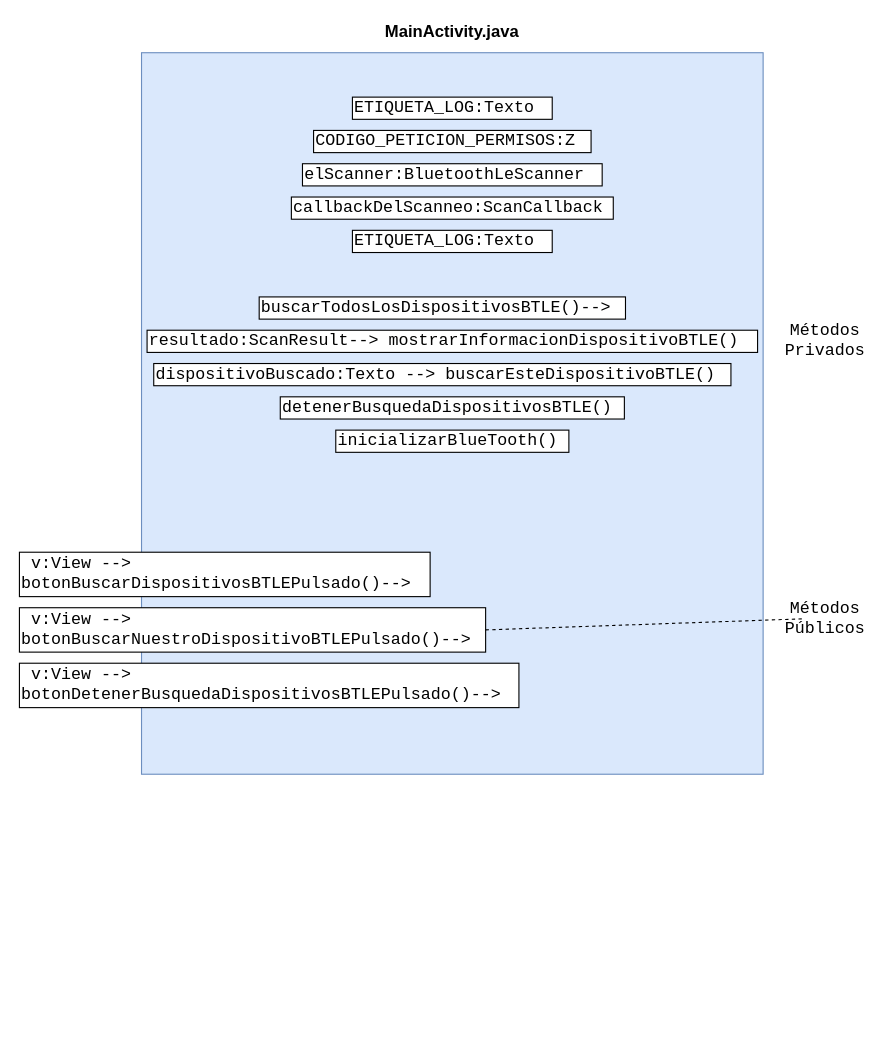
sergisirvent/AppJavaSprint0 keeps this draw.io diagram as doc/AppAndroidDisenyos/draw.io/metodosMainActivity.drawio. Above is the earlier version. Source tidied: cells renumbered, new cells numbered last; positions are measured from the earlier drawing's top-left corner, leaving out a move shared by most shapes. Both pictures are drawn from the tidied source at 111%, with x=0, y=0 at pixel (19, 19).
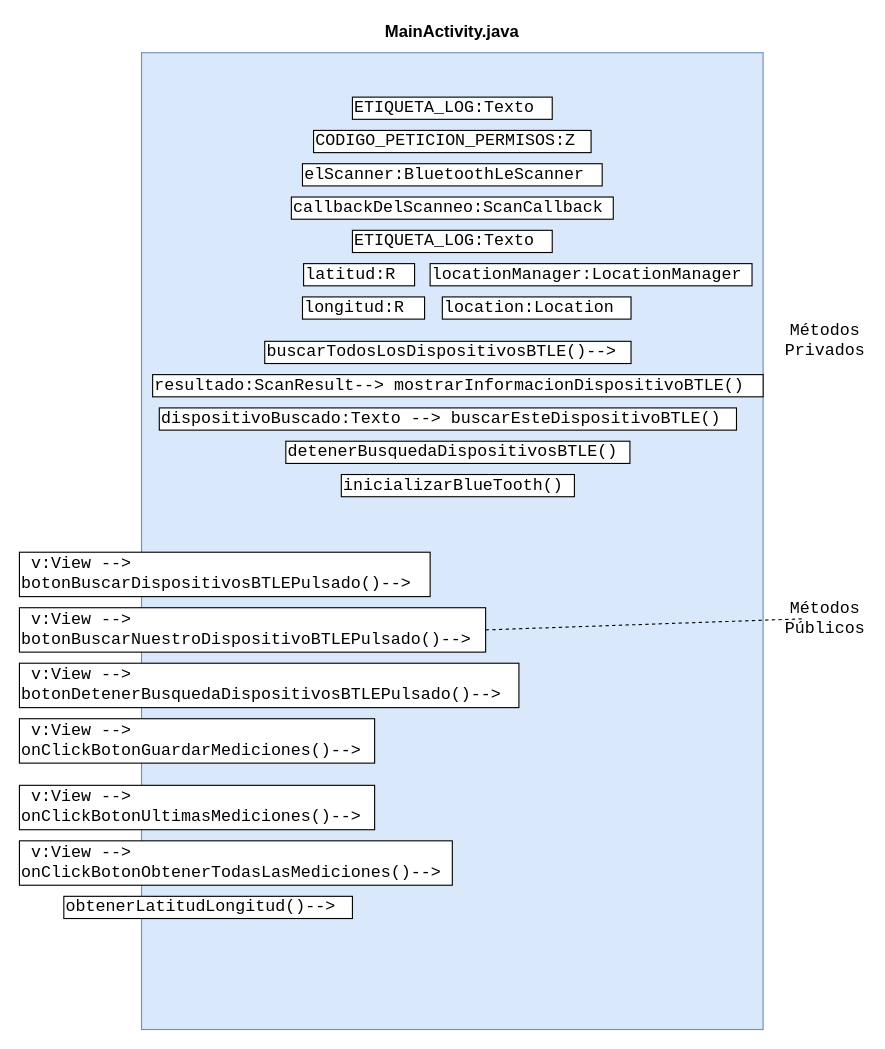
Above is the later version.

What changed in the source:
```diff
@@
     <mxCell id="2" style="rounded=0;whiteSpace=wrap;html=1;fillColor=#dae8fc;strokeColor=#6c8ebf;" parent="1" vertex="1">
-      <mxGeometry x="110" y="30" width="560" height="650" as="geometry" />
+      <mxGeometry x="110" y="30" width="560" height="880" as="geometry" />
     </mxCell>
@@
     <mxCell id="9" value="buscarTodosLosDispositivosBTLE()--&amp;gt;&lt;br&gt;" style="rounded=0;whiteSpace=wrap;html=1;fontSize=15;align=left;fontFamily=Courier New;" parent="1" vertex="1">
-      <mxGeometry x="216" y="250" width="330" height="20" as="geometry" />
+      <mxGeometry x="221" y="290" width="330" height="20" as="geometry" />
     </mxCell>
     <mxCell id="10" value="resultado:ScanResult--&amp;gt; mostrarInformacionDispositivoBTLE()" style="rounded=0;whiteSpace=wrap;html=1;fontSize=15;align=left;fontFamily=Courier New;" parent="1" vertex="1">
-      <mxGeometry x="115" y="280" width="550" height="20" as="geometry" />
+      <mxGeometry x="120" y="320" width="550" height="20" as="geometry" />
     </mxCell>
     <mxCell id="11" value="dispositivoBuscado:Texto --&amp;gt; buscarEsteDispositivoBTLE()" style="rounded=0;whiteSpace=wrap;html=1;fontSize=15;align=left;fontFamily=Courier New;" parent="1" vertex="1">
-      <mxGeometry x="121" y="310" width="520" height="20" as="geometry" />
+      <mxGeometry x="126" y="350" width="520" height="20" as="geometry" />
     </mxCell>
     <mxCell id="12" value="detenerBusquedaDispositivosBTLE()" style="rounded=0;whiteSpace=wrap;html=1;fontSize=15;align=left;fontFamily=Courier New;" parent="1" vertex="1">
-      <mxGeometry x="235" y="340" width="310" height="20" as="geometry" />
+      <mxGeometry x="240" y="380" width="310" height="20" as="geometry" />
     </mxCell>
@@
     <mxCell id="16" value="inicializarBlueTooth()" style="rounded=0;whiteSpace=wrap;html=1;fontSize=15;align=left;fontFamily=Courier New;" parent="1" vertex="1">
-      <mxGeometry x="285" y="370" width="210" height="20" as="geometry" />
+      <mxGeometry x="290" y="410" width="210" height="20" as="geometry" />
     </mxCell>
@@
+    <mxCell id="20" value="&amp;nbsp;v:View --&amp;gt; &lt;br&gt;onClickBotonGuardarMediciones()--&amp;gt;" style="rounded=0;whiteSpace=wrap;html=1;fontSize=15;align=left;fontFamily=Courier New;" parent="1" vertex="1">
+      <mxGeometry y="630" width="320" height="40" as="geometry" />
+    </mxCell>
+    <mxCell id="21" value="&amp;nbsp;v:View --&amp;gt; &lt;br&gt;onClickBotonUltimasMediciones()--&amp;gt;" style="rounded=0;whiteSpace=wrap;html=1;fontSize=15;align=left;fontFamily=Courier New;" parent="1" vertex="1">
+      <mxGeometry y="690" width="320" height="40" as="geometry" />
+    </mxCell>
+    <mxCell id="22" value="&amp;nbsp;v:View --&amp;gt;&lt;br&gt;onClickBotonObtenerTodasLasMediciones()--&amp;gt;" style="rounded=0;whiteSpace=wrap;html=1;fontSize=15;align=left;fontFamily=Courier New;" parent="1" vertex="1">
+      <mxGeometry y="740" width="390" height="40" as="geometry" />
+    </mxCell>
+    <mxCell id="23" value="obtenerLatitudLongitud()--&amp;gt;" style="rounded=0;whiteSpace=wrap;html=1;fontSize=15;align=left;fontFamily=Courier New;" parent="1" vertex="1">
+      <mxGeometry x="40" y="790" width="260" height="20" as="geometry" />
+    </mxCell>
+    <mxCell id="24" value="longitud:R" style="rounded=0;whiteSpace=wrap;html=1;fontSize=15;align=left;fontFamily=Courier New;" parent="1" vertex="1">
+      <mxGeometry x="255" y="250" width="110" height="20" as="geometry" />
+    </mxCell>
+    <mxCell id="25" value="latitud:R" style="rounded=0;whiteSpace=wrap;html=1;fontSize=15;align=left;fontFamily=Courier New;" parent="1" vertex="1">
+      <mxGeometry x="256" y="220" width="100" height="20" as="geometry" />
+    </mxCell>
+    <mxCell id="26" value="locationManager:LocationManager" style="rounded=0;whiteSpace=wrap;html=1;fontSize=15;align=left;fontFamily=Courier New;" parent="1" vertex="1">
+      <mxGeometry x="370" y="220" width="290" height="20" as="geometry" />
+    </mxCell>
+    <mxCell id="27" value="location:Location" style="rounded=0;whiteSpace=wrap;html=1;fontSize=15;align=left;fontFamily=Courier New;" parent="1" vertex="1">
+      <mxGeometry x="381" y="250" width="170" height="20" as="geometry" />
+    </mxCell>
```
